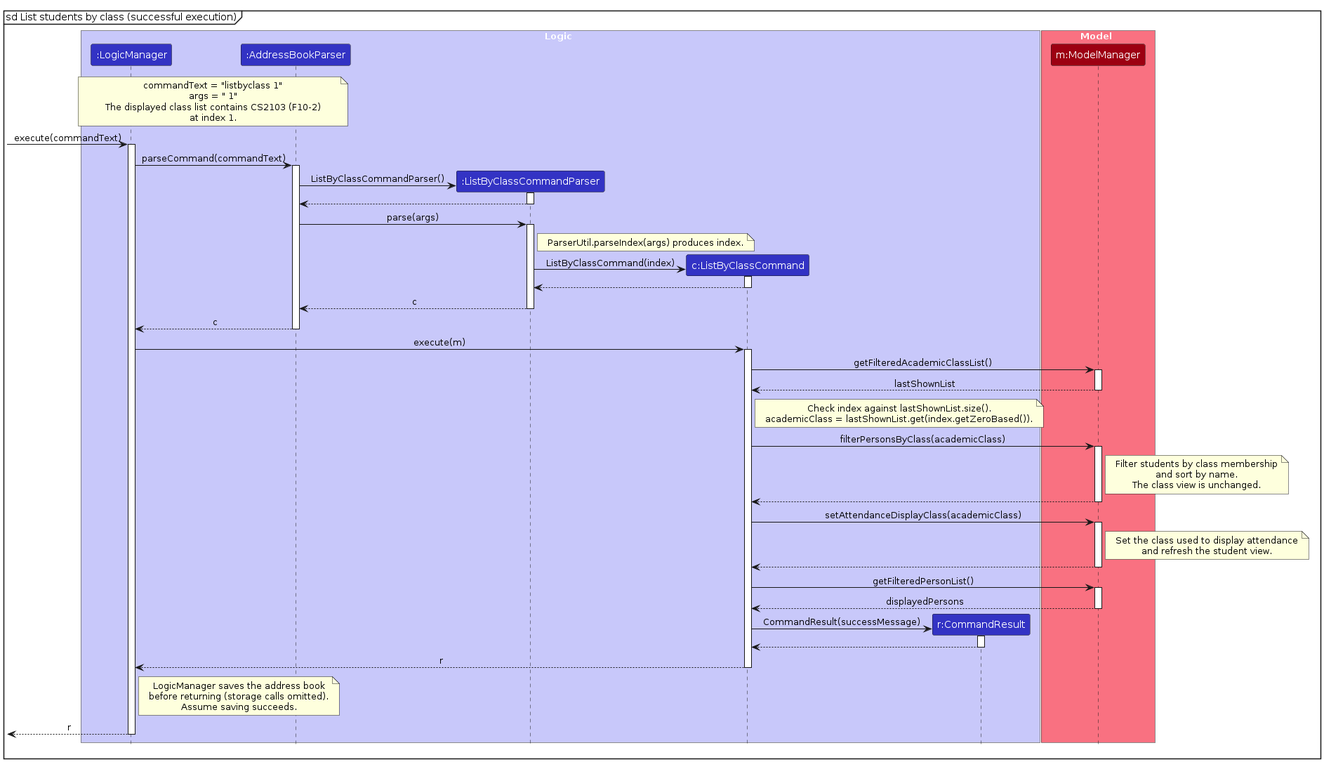
Before: diagrams/ListByClassSequenceDiagram.png, a diagram exported from PlantUML (AY2627S1-CS2103-F10-2/tp). Its source is kept beside it as diagrams/ListByClassSequenceDiagram.puml.
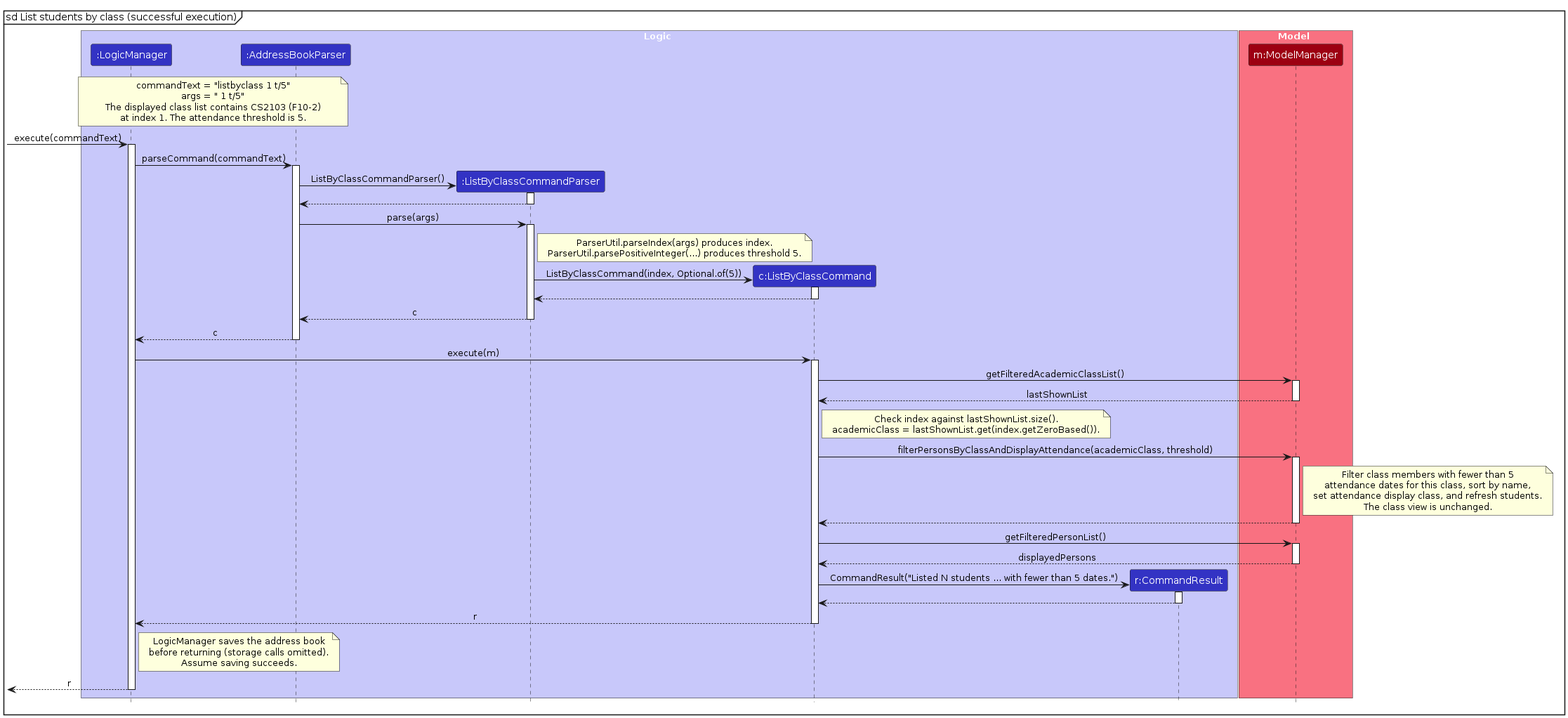
After the change.

Change to the diagram source:
```diff
@@ -16,10 +16,10 @@
 end box
 
 note over LogicManager, AddressBookParser
-commandText = "listbyclass 1"
-args = " 1"
+commandText = "listbyclass 1 t/5"
+args = " 1 t/5"
 The displayed class list contains CS2103 (F10-2)
-at index 1.
+at index 1. The attendance threshold is 5.
 end note
 
 [-> LogicManager : execute(commandText)
@@ -37,9 +37,10 @@
 activate Parser
 note right of Parser
 ParserUtil.parseIndex(args) produces index.
+ParserUtil.parsePositiveInteger(...) produces threshold 5.
 end note
 create Command
-Parser -> Command : ListByClassCommand(index)
+Parser -> Command : ListByClassCommand(index, Optional.of(5))
 activate Command
 Command --> Parser
 deactivate Command
@@ -59,21 +60,13 @@
 academicClass = lastShownList.get(index.getZeroBased()).
 end note
 
-Command -> Model : filterPersonsByClass(academicClass)
+Command -> Model : filterPersonsByClassAndDisplayAttendance(academicClass, threshold)
 activate Model
 note right of Model
-Filter students by class membership
-and sort by name.
+Filter class members with fewer than 5
+attendance dates for this class, sort by name,
+set attendance display class, and refresh students.
 The class view is unchanged.
-end note
-Model --> Command
-deactivate Model
-
-Command -> Model : setAttendanceDisplayClass(academicClass)
-activate Model
-note right of Model
-Set the class used to display attendance
-and refresh the student view.
 end note
 Model --> Command
 deactivate Model
@@ -84,7 +77,7 @@
 deactivate Model
 
 create Result
-Command -> Result : CommandResult(successMessage)
+Command -> Result : CommandResult("Listed N students ... with fewer than 5 dates.")
 activate Result
 Result --> Command
 deactivate Result
```
